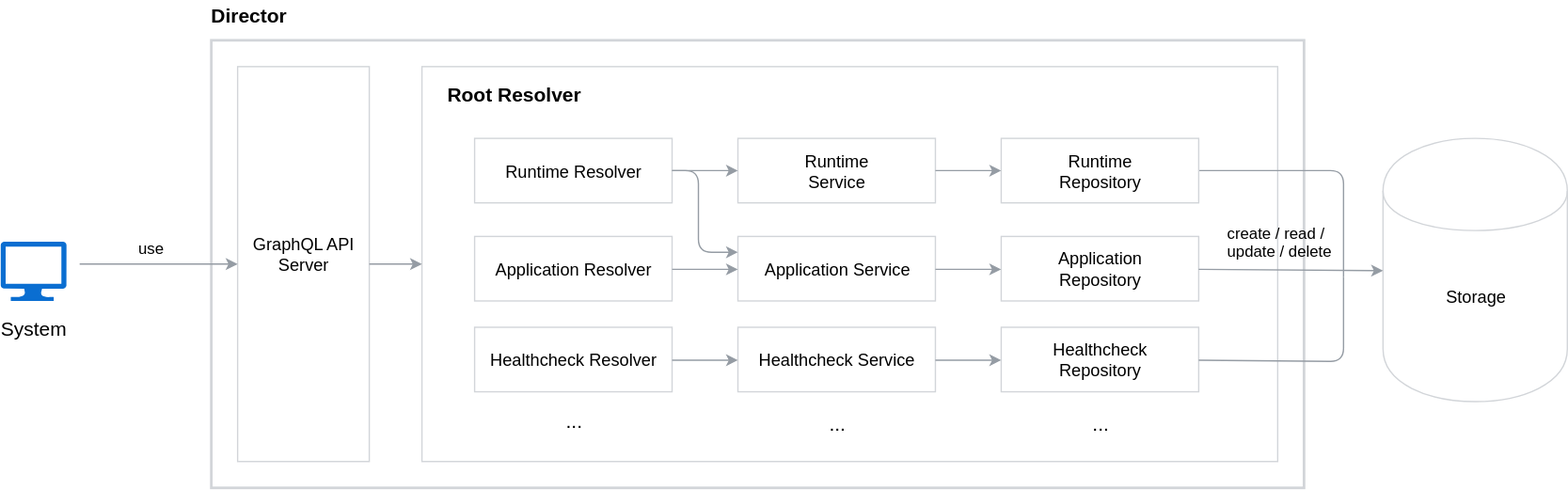
This is docs/architecture/assets/director-architecture.svg from kyma-incubator/compass, a draw.io export, as it was before one commit. Source tidied: cells renumbered, new cells last; positions are measured from the earlier drawing's top-left corner, leaving out a move shared by most shapes. The source it was exported from:
```xml
<mxGraphModel background="#FFFFFF">
  <root>
    <mxCell id="0" />
    <mxCell id="1" parent="0" />
    <mxCell id="2" style="rounded=0;whiteSpace=wrap;html=1;strokeColor=#D2D5D9;strokeWidth=2;" parent="1" vertex="1">
      <mxGeometry x="160" y="30" width="830" height="340" as="geometry" />
    </mxCell>
    <mxCell id="3" value="GraphQL API &lt;br style=&quot;font-size: 13px&quot;&gt;Server&lt;br style=&quot;font-size: 13px&quot;&gt;&lt;br style=&quot;font-size: 13px&quot;&gt;" style="rounded=0;whiteSpace=wrap;html=1;fontSize=13;strokeColor=#D2D5D9;" parent="1" vertex="1">
      <mxGeometry x="180" y="50" width="100" height="300" as="geometry" />
    </mxCell>
    <mxCell id="4" style="rounded=0;whiteSpace=wrap;html=1;fontSize=13;strokeColor=#D2D5D9;" parent="1" vertex="1">
      <mxGeometry x="320" y="50" width="650" height="300" as="geometry" />
    </mxCell>
    <mxCell id="5" style="endArrow=classic;html=1;strokeColor=#959CA4;" parent="1" edge="1" target="3">
      <mxGeometry relative="1" as="geometry">
        <mxPoint x="60" y="200" as="sourcePoint" />
      </mxGeometry>
    </mxCell>
    <mxCell id="6" value="&lt;div style=&quot;text-align: left&quot;&gt;&lt;span&gt;Director&lt;/span&gt;&lt;/div&gt;" style="text;html=1;strokeColor=none;fillColor=none;align=center;verticalAlign=middle;whiteSpace=wrap;rounded=0;dashed=1;fontSize=15;fontStyle=1;" parent="1" vertex="1">
      <mxGeometry x="154" width="70" height="20" as="geometry" />
    </mxCell>
    <mxCell id="7" style="edgeStyle=orthogonalEdgeStyle;rounded=0;html=1;exitX=0.5;exitY=1;entryX=0.5;entryY=1;jettySize=auto;orthogonalLoop=1;" parent="1" edge="1" source="6" target="6">
      <mxGeometry relative="1" as="geometry" />
    </mxCell>
    <mxCell id="8" value="System" style="text;html=1;strokeColor=none;fillColor=none;align=center;verticalAlign=middle;whiteSpace=wrap;rounded=0;fontSize=15;" parent="1" vertex="1">
      <mxGeometry x="10" y="236.5" width="30" height="23" as="geometry" />
    </mxCell>
    <mxCell id="9" value="Root Resolver" style="text;html=1;strokeColor=none;fillColor=none;align=center;verticalAlign=middle;whiteSpace=wrap;rounded=0;fontSize=15;fontStyle=1;" parent="1" vertex="1">
      <mxGeometry x="335" y="60" width="110" height="20" as="geometry" />
    </mxCell>
    <mxCell id="10" value="Storage" style="shape=cylinder;whiteSpace=wrap;html=1;boundedLbl=1;fontSize=13;strokeColor=#D2D5D9;" parent="1" vertex="1">
      <mxGeometry x="1050" y="104.5" width="140" height="200" as="geometry" />
    </mxCell>
    <mxCell id="11" value="Runtime&lt;br style=&quot;font-size: 13px&quot;&gt;Service" style="rounded=0;whiteSpace=wrap;html=1;fontSize=13;strokeColor=#D2D5D9;" parent="1" vertex="1">
      <mxGeometry x="560" y="104.5" width="150" height="49" as="geometry" />
    </mxCell>
    <mxCell id="12" value="Runtime Resolver" style="rounded=0;whiteSpace=wrap;html=1;fontSize=13;strokeColor=#D2D5D9;" parent="1" vertex="1">
      <mxGeometry x="360" y="104.5" width="150" height="49" as="geometry" />
    </mxCell>
    <mxCell id="13" style="endArrow=none;html=1;fontSize=12;strokeColor=#959CA4;exitX=1;exitY=0.5;exitDx=0;exitDy=0;endFill=0;" parent="1" edge="1" source="19">
      <mxGeometry x="-0.27" y="81" relative="1" as="geometry">
        <mxPoint x="1020" y="210" as="targetPoint" />
        <Array as="points">
          <mxPoint x="1020" y="129" />
        </Array>
        <mxPoint x="-61" y="-79" as="offset" />
      </mxGeometry>
    </mxCell>
    <mxCell id="14" style="endArrow=classic;html=1;fontSize=15;exitX=1;exitY=0.5;entryX=0;entryY=0.5;strokeColor=#959CA4;" parent="1" edge="1" source="12" target="11">
      <mxGeometry relative="1" as="geometry" />
    </mxCell>
    <mxCell id="15" value="use" style="text;html=1;align=center;verticalAlign=middle;labelBackgroundColor=#ffffff;direction=south;" parent="1" vertex="1">
      <mxGeometry x="80" y="190" as="geometry">
        <mxPoint x="34" y="-3" as="offset" />
      </mxGeometry>
    </mxCell>
    <mxCell id="16" style="endArrow=classic;html=1;fontSize=12;exitX=1;exitY=0.5;entryX=0;entryY=0.5;strokeColor=#959CA4;" parent="1" edge="1" source="3" target="4">
      <mxGeometry y="17" relative="1" as="geometry" />
    </mxCell>
    <mxCell id="17" style="edgeStyle=orthogonalEdgeStyle;rounded=0;html=1;exitX=0.75;exitY=1;entryX=0.75;entryY=1;jettySize=auto;orthogonalLoop=1;" parent="1" edge="1" source="9" target="9">
      <mxGeometry relative="1" as="geometry" />
    </mxCell>
    <mxCell id="18" style="edgeStyle=orthogonalEdgeStyle;rounded=0;html=1;exitX=0.9;exitY=0.5;exitPerimeter=0;entryX=0.9;entryY=0.5;entryPerimeter=0;jettySize=auto;orthogonalLoop=1;" parent="1" edge="1">
      <mxGeometry relative="1" as="geometry">
        <mxPoint x="26" y="281" as="sourcePoint" />
        <mxPoint x="26" y="281" as="targetPoint" />
      </mxGeometry>
    </mxCell>
    <mxCell id="19" value="Runtime&lt;br style=&quot;font-size: 13px&quot;&gt;Repository" style="rounded=0;whiteSpace=wrap;html=1;fontSize=13;strokeColor=#D2D5D9;" parent="1" vertex="1">
      <mxGeometry x="760" y="104.5" width="150" height="49" as="geometry" />
    </mxCell>
    <mxCell id="20" style="endArrow=classic;html=1;fontSize=15;exitX=1;exitY=0.5;entryX=0;entryY=0.5;strokeColor=#959CA4;exitDx=0;exitDy=0;entryDx=0;entryDy=0;" parent="1" edge="1" source="11" target="19">
      <mxGeometry relative="1" as="geometry" />
    </mxCell>
    <mxCell id="21" value="Application&amp;nbsp;Service" style="rounded=0;whiteSpace=wrap;html=1;fontSize=13;strokeColor=#D2D5D9;" parent="1" vertex="1">
      <mxGeometry x="560" y="179" width="150" height="49" as="geometry" />
    </mxCell>
    <mxCell id="22" value="Application Resolver" style="rounded=0;whiteSpace=wrap;html=1;fontSize=13;strokeColor=#D2D5D9;" parent="1" vertex="1">
      <mxGeometry x="360" y="179" width="150" height="49" as="geometry" />
    </mxCell>
    <mxCell id="23" style="endArrow=classic;html=1;fontSize=15;exitX=1;exitY=0.5;entryX=0;entryY=0.5;strokeColor=#959CA4;" parent="1" edge="1" source="22" target="21">
      <mxGeometry relative="1" as="geometry" />
    </mxCell>
    <mxCell id="24" value="Application&lt;br&gt;Repository" style="rounded=0;whiteSpace=wrap;html=1;fontSize=13;strokeColor=#D2D5D9;" parent="1" vertex="1">
      <mxGeometry x="760" y="179" width="150" height="49" as="geometry" />
    </mxCell>
    <mxCell id="25" style="endArrow=classic;html=1;fontSize=15;exitX=1;exitY=0.5;entryX=0;entryY=0.5;strokeColor=#959CA4;exitDx=0;exitDy=0;entryDx=0;entryDy=0;" parent="1" edge="1" source="21" target="24">
      <mxGeometry relative="1" as="geometry" />
    </mxCell>
    <mxCell id="26" style="verticalLabelPosition=bottom;html=1;verticalAlign=top;align=center;strokeColor=none;fillColor=#0A6ED1;shape=mxgraph.azure.computer;" parent="1" vertex="1">
      <mxGeometry y="183" width="50" height="45" as="geometry" />
    </mxCell>
    <mxCell id="27" value="Healthcheck&amp;nbsp;Service" style="rounded=0;whiteSpace=wrap;html=1;fontSize=13;strokeColor=#D2D5D9;" parent="1" vertex="1">
      <mxGeometry x="560" y="248" width="150" height="49" as="geometry" />
    </mxCell>
    <mxCell id="28" value="Healthcheck&amp;nbsp;Resolver" style="rounded=0;whiteSpace=wrap;html=1;fontSize=13;strokeColor=#D2D5D9;" parent="1" vertex="1">
      <mxGeometry x="360" y="248" width="150" height="49" as="geometry" />
    </mxCell>
    <mxCell id="29" style="endArrow=classic;html=1;fontSize=15;exitX=1;exitY=0.5;entryX=0;entryY=0.5;strokeColor=#959CA4;" parent="1" edge="1" source="28" target="27">
      <mxGeometry relative="1" as="geometry" />
    </mxCell>
    <mxCell id="30" value="Healthcheck&lt;br&gt;Repository" style="rounded=0;whiteSpace=wrap;html=1;fontSize=13;strokeColor=#D2D5D9;" parent="1" vertex="1">
      <mxGeometry x="760" y="248" width="150" height="49" as="geometry" />
    </mxCell>
    <mxCell id="31" style="endArrow=classic;html=1;fontSize=15;exitX=1;exitY=0.5;entryX=0;entryY=0.5;strokeColor=#959CA4;exitDx=0;exitDy=0;entryDx=0;entryDy=0;" parent="1" edge="1" source="27" target="30">
      <mxGeometry relative="1" as="geometry" />
    </mxCell>
    <mxCell id="32" value="&lt;div style=&quot;text-align: left&quot;&gt;&lt;span style=&quot;font-weight: normal&quot;&gt;...&lt;/span&gt;&lt;/div&gt;" style="text;html=1;strokeColor=none;fillColor=none;align=center;verticalAlign=middle;whiteSpace=wrap;rounded=0;dashed=1;fontSize=15;fontStyle=1;" parent="1" vertex="1">
      <mxGeometry x="400" y="308.5" width="70" height="20" as="geometry" />
    </mxCell>
    <mxCell id="33" value="&lt;div style=&quot;text-align: left&quot;&gt;&lt;span style=&quot;font-weight: normal&quot;&gt;...&lt;/span&gt;&lt;/div&gt;" style="text;html=1;strokeColor=none;fillColor=none;align=center;verticalAlign=middle;whiteSpace=wrap;rounded=0;dashed=1;fontSize=15;fontStyle=1;" parent="1" vertex="1">
      <mxGeometry x="600" y="310" width="70" height="20" as="geometry" />
    </mxCell>
    <mxCell id="34" value="&lt;div style=&quot;text-align: left&quot;&gt;&lt;span style=&quot;font-weight: normal&quot;&gt;...&lt;/span&gt;&lt;/div&gt;" style="text;html=1;strokeColor=none;fillColor=none;align=center;verticalAlign=middle;whiteSpace=wrap;rounded=0;dashed=1;fontSize=15;fontStyle=1;" parent="1" vertex="1">
      <mxGeometry x="800" y="310" width="70" height="20" as="geometry" />
    </mxCell>
    <mxCell id="35" value="create / read /&lt;br&gt;update / delete" style="text;html=1;" parent="1" vertex="1">
      <mxGeometry x="930" y="163" width="90" height="30" as="geometry" />
    </mxCell>
    <mxCell id="36" style="endArrow=none;html=1;fontSize=12;strokeColor=#959CA4;exitX=1;exitY=0.5;exitDx=0;exitDy=0;endFill=0;" parent="1" edge="1" source="30">
      <mxGeometry x="-0.27" y="81" relative="1" as="geometry">
        <mxPoint x="1020" y="210" as="targetPoint" />
        <Array as="points">
          <mxPoint x="1020" y="274" />
        </Array>
        <mxPoint x="-61" y="-79" as="offset" />
      </mxGeometry>
    </mxCell>
    <mxCell id="37" style="endArrow=classic;html=1;fontSize=12;strokeColor=#959CA4;exitX=1;exitY=0.5;exitDx=0;exitDy=0;endFill=1;entryX=0;entryY=0.5;entryDx=0;entryDy=0;" parent="1" edge="1" source="24" target="10">
      <mxGeometry x="-0.27" y="81" relative="1" as="geometry">
        <mxPoint x="-61" y="-79" as="offset" />
      </mxGeometry>
    </mxCell>
    <mxCell id="38" style="endArrow=classic;html=1;fontSize=15;exitX=1;exitY=0.5;strokeColor=#959CA4;exitDx=0;exitDy=0;entryX=0;entryY=0.25;entryDx=0;entryDy=0;" parent="1" edge="1" source="12" target="21">
      <mxGeometry relative="1" as="geometry">
        <Array as="points">
          <mxPoint x="530" y="129" />
          <mxPoint x="530" y="191" />
        </Array>
      </mxGeometry>
    </mxCell>
  </root>
</mxGraphModel>
```
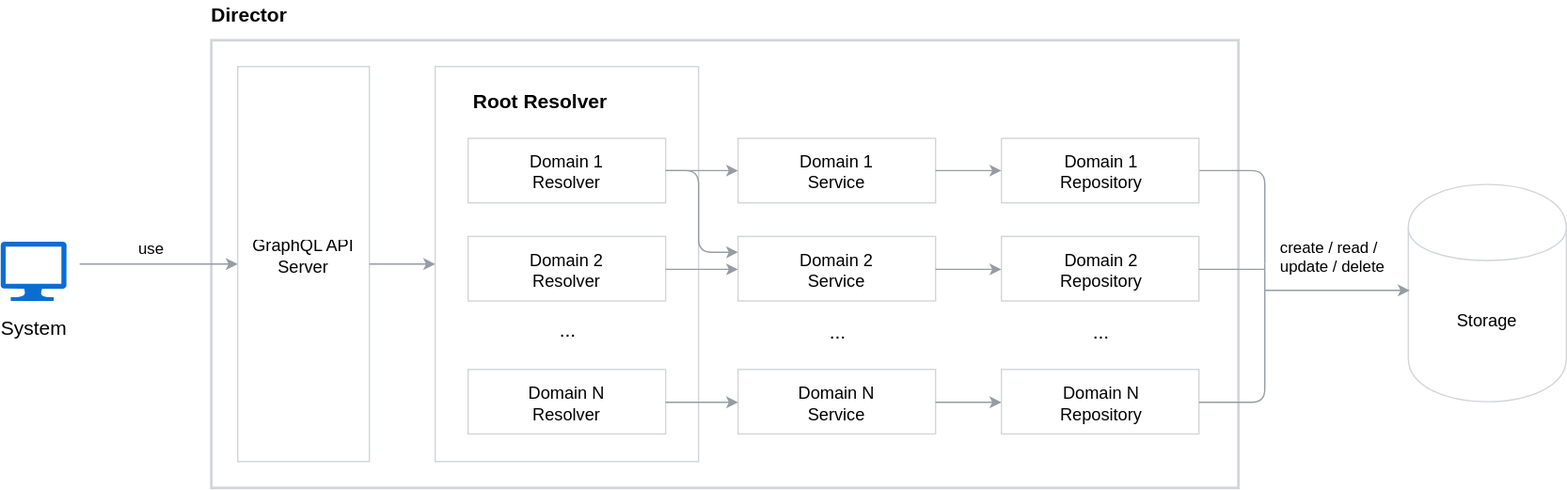
After the commit.

Commit message:
Make diagram domains generic

What changed in the source:
```diff
@@ -3,13 +3,13 @@
     <mxCell id="0" />
     <mxCell id="1" parent="0" />
     <mxCell id="2" style="rounded=0;whiteSpace=wrap;html=1;strokeColor=#D2D5D9;strokeWidth=2;" parent="1" vertex="1">
-      <mxGeometry x="160" y="30" width="830" height="340" as="geometry" />
+      <mxGeometry x="160" y="30" width="780" height="340" as="geometry" />
     </mxCell>
     <mxCell id="3" value="GraphQL API &lt;br style=&quot;font-size: 13px&quot;&gt;Server&lt;br style=&quot;font-size: 13px&quot;&gt;&lt;br style=&quot;font-size: 13px&quot;&gt;" style="rounded=0;whiteSpace=wrap;html=1;fontSize=13;strokeColor=#D2D5D9;" parent="1" vertex="1">
       <mxGeometry x="180" y="50" width="100" height="300" as="geometry" />
     </mxCell>
     <mxCell id="4" style="rounded=0;whiteSpace=wrap;html=1;fontSize=13;strokeColor=#D2D5D9;" parent="1" vertex="1">
-      <mxGeometry x="320" y="50" width="650" height="300" as="geometry" />
+      <mxGeometry x="330" y="50" width="200" height="300" as="geometry" />
     </mxCell>
     <mxCell id="5" style="endArrow=classic;html=1;strokeColor=#959CA4;" parent="1" edge="1" target="3">
       <mxGeometry relative="1" as="geometry">
@@ -26,22 +26,22 @@
       <mxGeometry x="10" y="236.5" width="30" height="23" as="geometry" />
     </mxCell>
     <mxCell id="9" value="Root Resolver" style="text;html=1;strokeColor=none;fillColor=none;align=center;verticalAlign=middle;whiteSpace=wrap;rounded=0;fontSize=15;fontStyle=1;" parent="1" vertex="1">
-      <mxGeometry x="335" y="60" width="110" height="20" as="geometry" />
+      <mxGeometry x="355" y="66" width="110" height="20" as="geometry" />
     </mxCell>
     <mxCell id="10" value="Storage" style="shape=cylinder;whiteSpace=wrap;html=1;boundedLbl=1;fontSize=13;strokeColor=#D2D5D9;" parent="1" vertex="1">
-      <mxGeometry x="1050" y="104.5" width="140" height="200" as="geometry" />
+      <mxGeometry x="1069" y="139.5" width="120" height="165" as="geometry" />
     </mxCell>
-    <mxCell id="11" value="Runtime&lt;br style=&quot;font-size: 13px&quot;&gt;Service" style="rounded=0;whiteSpace=wrap;html=1;fontSize=13;strokeColor=#D2D5D9;" parent="1" vertex="1">
+    <mxCell id="11" value="Domain 1&lt;br style=&quot;font-size: 13px&quot;&gt;Service" style="rounded=0;whiteSpace=wrap;html=1;fontSize=13;strokeColor=#D2D5D9;" parent="1" vertex="1">
       <mxGeometry x="560" y="104.5" width="150" height="49" as="geometry" />
     </mxCell>
-    <mxCell id="12" value="Runtime Resolver" style="rounded=0;whiteSpace=wrap;html=1;fontSize=13;strokeColor=#D2D5D9;" parent="1" vertex="1">
-      <mxGeometry x="360" y="104.5" width="150" height="49" as="geometry" />
+    <mxCell id="12" value="Domain 1&lt;br&gt;Resolver" style="rounded=0;whiteSpace=wrap;html=1;fontSize=13;strokeColor=#D2D5D9;" parent="1" vertex="1">
+      <mxGeometry x="355" y="104.5" width="150" height="49" as="geometry" />
     </mxCell>
     <mxCell id="13" style="endArrow=none;html=1;fontSize=12;strokeColor=#959CA4;exitX=1;exitY=0.5;exitDx=0;exitDy=0;endFill=0;" parent="1" edge="1" source="19">
       <mxGeometry x="-0.27" y="81" relative="1" as="geometry">
-        <mxPoint x="1020" y="210" as="targetPoint" />
+        <mxPoint x="960" y="200" as="targetPoint" />
         <Array as="points">
-          <mxPoint x="1020" y="129" />
+          <mxPoint x="960" y="129" />
         </Array>
         <mxPoint x="-61" y="-79" as="offset" />
       </mxGeometry>
@@ -66,22 +66,22 @@
         <mxPoint x="26" y="281" as="targetPoint" />
       </mxGeometry>
     </mxCell>
-    <mxCell id="19" value="Runtime&lt;br style=&quot;font-size: 13px&quot;&gt;Repository" style="rounded=0;whiteSpace=wrap;html=1;fontSize=13;strokeColor=#D2D5D9;" parent="1" vertex="1">
+    <mxCell id="19" value="Domain 1&lt;br&gt;Repository" style="rounded=0;whiteSpace=wrap;html=1;fontSize=13;strokeColor=#D2D5D9;" parent="1" vertex="1">
       <mxGeometry x="760" y="104.5" width="150" height="49" as="geometry" />
     </mxCell>
     <mxCell id="20" style="endArrow=classic;html=1;fontSize=15;exitX=1;exitY=0.5;entryX=0;entryY=0.5;strokeColor=#959CA4;exitDx=0;exitDy=0;entryDx=0;entryDy=0;" parent="1" edge="1" source="11" target="19">
       <mxGeometry relative="1" as="geometry" />
     </mxCell>
-    <mxCell id="21" value="Application&amp;nbsp;Service" style="rounded=0;whiteSpace=wrap;html=1;fontSize=13;strokeColor=#D2D5D9;" parent="1" vertex="1">
+    <mxCell id="21" value="Domain 2&lt;br&gt;Service" style="rounded=0;whiteSpace=wrap;html=1;fontSize=13;strokeColor=#D2D5D9;" parent="1" vertex="1">
       <mxGeometry x="560" y="179" width="150" height="49" as="geometry" />
     </mxCell>
-    <mxCell id="22" value="Application Resolver" style="rounded=0;whiteSpace=wrap;html=1;fontSize=13;strokeColor=#D2D5D9;" parent="1" vertex="1">
-      <mxGeometry x="360" y="179" width="150" height="49" as="geometry" />
+    <mxCell id="22" value="Domain 2&lt;br&gt;Resolver" style="rounded=0;whiteSpace=wrap;html=1;fontSize=13;strokeColor=#D2D5D9;" parent="1" vertex="1">
+      <mxGeometry x="355" y="179" width="150" height="49" as="geometry" />
     </mxCell>
     <mxCell id="23" style="endArrow=classic;html=1;fontSize=15;exitX=1;exitY=0.5;entryX=0;entryY=0.5;strokeColor=#959CA4;" parent="1" edge="1" source="22" target="21">
       <mxGeometry relative="1" as="geometry" />
     </mxCell>
-    <mxCell id="24" value="Application&lt;br&gt;Repository" style="rounded=0;whiteSpace=wrap;html=1;fontSize=13;strokeColor=#D2D5D9;" parent="1" vertex="1">
+    <mxCell id="24" value="Domain 2&lt;br&gt;Repository" style="rounded=0;whiteSpace=wrap;html=1;fontSize=13;strokeColor=#D2D5D9;" parent="1" vertex="1">
       <mxGeometry x="760" y="179" width="150" height="49" as="geometry" />
     </mxCell>
     <mxCell id="25" style="endArrow=classic;html=1;fontSize=15;exitX=1;exitY=0.5;entryX=0;entryY=0.5;strokeColor=#959CA4;exitDx=0;exitDy=0;entryDx=0;entryDy=0;" parent="1" edge="1" source="21" target="24">
@@ -90,44 +90,45 @@
     <mxCell id="26" style="verticalLabelPosition=bottom;html=1;verticalAlign=top;align=center;strokeColor=none;fillColor=#0A6ED1;shape=mxgraph.azure.computer;" parent="1" vertex="1">
       <mxGeometry y="183" width="50" height="45" as="geometry" />
     </mxCell>
-    <mxCell id="27" value="Healthcheck&amp;nbsp;Service" style="rounded=0;whiteSpace=wrap;html=1;fontSize=13;strokeColor=#D2D5D9;" parent="1" vertex="1">
-      <mxGeometry x="560" y="248" width="150" height="49" as="geometry" />
+    <mxCell id="27" value="Domain N&lt;br&gt;Service" style="rounded=0;whiteSpace=wrap;html=1;fontSize=13;strokeColor=#D2D5D9;" parent="1" vertex="1">
+      <mxGeometry x="560" y="280" width="150" height="49" as="geometry" />
     </mxCell>
-    <mxCell id="28" value="Healthcheck&amp;nbsp;Resolver" style="rounded=0;whiteSpace=wrap;html=1;fontSize=13;strokeColor=#D2D5D9;" parent="1" vertex="1">
-      <mxGeometry x="360" y="248" width="150" height="49" as="geometry" />
+    <mxCell id="28" value="Domain N&lt;br&gt;Resolver" style="rounded=0;whiteSpace=wrap;html=1;fontSize=13;strokeColor=#D2D5D9;" parent="1" vertex="1">
+      <mxGeometry x="355" y="280" width="150" height="49" as="geometry" />
     </mxCell>
     <mxCell id="29" style="endArrow=classic;html=1;fontSize=15;exitX=1;exitY=0.5;entryX=0;entryY=0.5;strokeColor=#959CA4;" parent="1" edge="1" source="28" target="27">
       <mxGeometry relative="1" as="geometry" />
     </mxCell>
-    <mxCell id="30" value="Healthcheck&lt;br&gt;Repository" style="rounded=0;whiteSpace=wrap;html=1;fontSize=13;strokeColor=#D2D5D9;" parent="1" vertex="1">
-      <mxGeometry x="760" y="248" width="150" height="49" as="geometry" />
+    <mxCell id="30" value="Domain N&lt;br&gt;Repository" style="rounded=0;whiteSpace=wrap;html=1;fontSize=13;strokeColor=#D2D5D9;" parent="1" vertex="1">
+      <mxGeometry x="760" y="280" width="150" height="49" as="geometry" />
     </mxCell>
     <mxCell id="31" style="endArrow=classic;html=1;fontSize=15;exitX=1;exitY=0.5;entryX=0;entryY=0.5;strokeColor=#959CA4;exitDx=0;exitDy=0;entryDx=0;entryDy=0;" parent="1" edge="1" source="27" target="30">
       <mxGeometry relative="1" as="geometry" />
     </mxCell>
     <mxCell id="32" value="&lt;div style=&quot;text-align: left&quot;&gt;&lt;span style=&quot;font-weight: normal&quot;&gt;...&lt;/span&gt;&lt;/div&gt;" style="text;html=1;strokeColor=none;fillColor=none;align=center;verticalAlign=middle;whiteSpace=wrap;rounded=0;dashed=1;fontSize=15;fontStyle=1;" parent="1" vertex="1">
-      <mxGeometry x="400" y="308.5" width="70" height="20" as="geometry" />
+      <mxGeometry x="395" y="239.5" width="70" height="20" as="geometry" />
     </mxCell>
     <mxCell id="33" value="&lt;div style=&quot;text-align: left&quot;&gt;&lt;span style=&quot;font-weight: normal&quot;&gt;...&lt;/span&gt;&lt;/div&gt;" style="text;html=1;strokeColor=none;fillColor=none;align=center;verticalAlign=middle;whiteSpace=wrap;rounded=0;dashed=1;fontSize=15;fontStyle=1;" parent="1" vertex="1">
-      <mxGeometry x="600" y="310" width="70" height="20" as="geometry" />
+      <mxGeometry x="600" y="241" width="70" height="20" as="geometry" />
     </mxCell>
     <mxCell id="34" value="&lt;div style=&quot;text-align: left&quot;&gt;&lt;span style=&quot;font-weight: normal&quot;&gt;...&lt;/span&gt;&lt;/div&gt;" style="text;html=1;strokeColor=none;fillColor=none;align=center;verticalAlign=middle;whiteSpace=wrap;rounded=0;dashed=1;fontSize=15;fontStyle=1;" parent="1" vertex="1">
-      <mxGeometry x="800" y="310" width="70" height="20" as="geometry" />
+      <mxGeometry x="800" y="241" width="70" height="20" as="geometry" />
     </mxCell>
     <mxCell id="35" value="create / read /&lt;br&gt;update / delete" style="text;html=1;" parent="1" vertex="1">
-      <mxGeometry x="930" y="163" width="90" height="30" as="geometry" />
+      <mxGeometry x="970" y="173.5" width="90" height="30" as="geometry" />
     </mxCell>
     <mxCell id="36" style="endArrow=none;html=1;fontSize=12;strokeColor=#959CA4;exitX=1;exitY=0.5;exitDx=0;exitDy=0;endFill=0;" parent="1" edge="1" source="30">
       <mxGeometry x="-0.27" y="81" relative="1" as="geometry">
-        <mxPoint x="1020" y="210" as="targetPoint" />
+        <mxPoint x="960" y="200" as="targetPoint" />
         <Array as="points">
-          <mxPoint x="1020" y="274" />
+          <mxPoint x="960" y="305" />
         </Array>
         <mxPoint x="-61" y="-79" as="offset" />
       </mxGeometry>
     </mxCell>
-    <mxCell id="37" style="endArrow=classic;html=1;fontSize=12;strokeColor=#959CA4;exitX=1;exitY=0.5;exitDx=0;exitDy=0;endFill=1;entryX=0;entryY=0.5;entryDx=0;entryDy=0;" parent="1" edge="1" source="24" target="10">
+    <mxCell id="37" style="endArrow=none;html=1;fontSize=12;strokeColor=#959CA4;exitX=1;exitY=0.5;exitDx=0;exitDy=0;endFill=0;" parent="1" edge="1" source="24">
       <mxGeometry x="-0.27" y="81" relative="1" as="geometry">
+        <mxPoint x="960" y="204" as="targetPoint" />
         <mxPoint x="-61" y="-79" as="offset" />
       </mxGeometry>
     </mxCell>
@@ -139,5 +140,12 @@
         </Array>
       </mxGeometry>
     </mxCell>
+    <mxCell id="39" style="endArrow=classic;html=1;fontSize=12;strokeColor=#959CA4;exitX=1;exitY=0.5;exitDx=0;exitDy=0;endFill=1;" parent="1" edge="1">
+      <mxGeometry x="-0.27" y="81" relative="1" as="geometry">
+        <mxPoint x="960" y="220" as="sourcePoint" />
+        <mxPoint x="1070" y="220" as="targetPoint" />
+        <mxPoint x="-61" y="-79" as="offset" />
+      </mxGeometry>
+    </mxCell>
   </root>
 </mxGraphModel>
```
